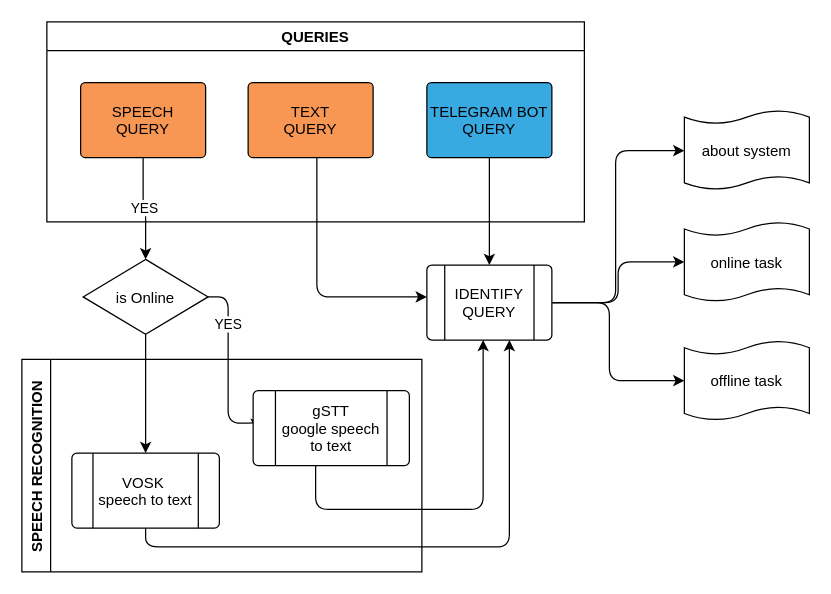
Earlier version of the draw.io diagram OrbitFLow.drawio (MasterBuj/orbit_diagram). Source tidied: cells renumbered, new cells numbered last; positions are measured from the earlier drawing's top-left corner, leaving out a move shared by most shapes. Both pictures are drawn from the tidied source at 125%, with x=0, y=0 at pixel (21, 21).
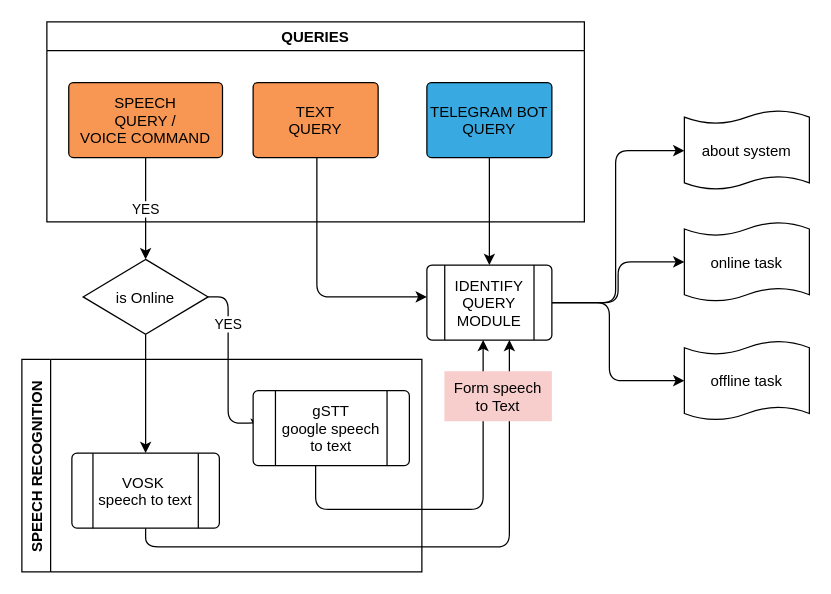
The same diagram, later.

Unchanged cells that the change refers to:
```xml
<mxCell id="2" value="QUERIES" style="swimlane;" parent="1" vertex="1">
  <mxGeometry x="20" width="430" height="160" as="geometry" />
</mxCell>
```

Change to the diagram source:
```diff
@@
-    <mxCell id="3" value="SPEECH &#10;QUERY" style="shape=mxgraph.flowchart.process;fillColor=#F89753;" parent="2" vertex="1">
-      <mxGeometry x="27" y="48.5" width="100" height="60" as="geometry" />
+    <mxCell id="3" value="SPEECH &#10;QUERY / &#10;VOICE COMMAND" style="shape=mxgraph.flowchart.process;fillColor=#F89753;" parent="2" vertex="1">
+      <mxGeometry x="17.5" y="48.5" width="123" height="60" as="geometry" />
     </mxCell>
@@
     <mxCell id="5" value="TEXT&#10;QUERY" style="shape=mxgraph.flowchart.process;fillColor=#F89753;" parent="2" vertex="1">
-      <mxGeometry x="161" y="48.5" width="100" height="60" as="geometry" />
+      <mxGeometry x="165" y="48.5" width="100" height="60" as="geometry" />
     </mxCell>
@@
-    <mxCell id="21" value="IDENTIFY&#10;QUERY" style="shape=mxgraph.flowchart.predefined_process;" parent="1" vertex="1">
+    <mxCell id="21" value="IDENTIFY&#10;QUERY&#10;MODULE" style="shape=mxgraph.flowchart.predefined_process;" parent="1" vertex="1">
       <mxGeometry x="324" y="194.5" width="100" height="60" as="geometry" />
     </mxCell>
@@
+    <mxCell id="24" value="Form speech to Text" style="text;html=1;fillColor=#f8cecc;align=center;verticalAlign=middle;whiteSpace=wrap;rounded=0;glass=0;labelPadding=10;strokeOpacity=100;labelBorderColor=none;spacing=8;" parent="1" vertex="1">
+      <mxGeometry x="338" y="279.5" width="86" height="40" as="geometry" />
+    </mxCell>
```
